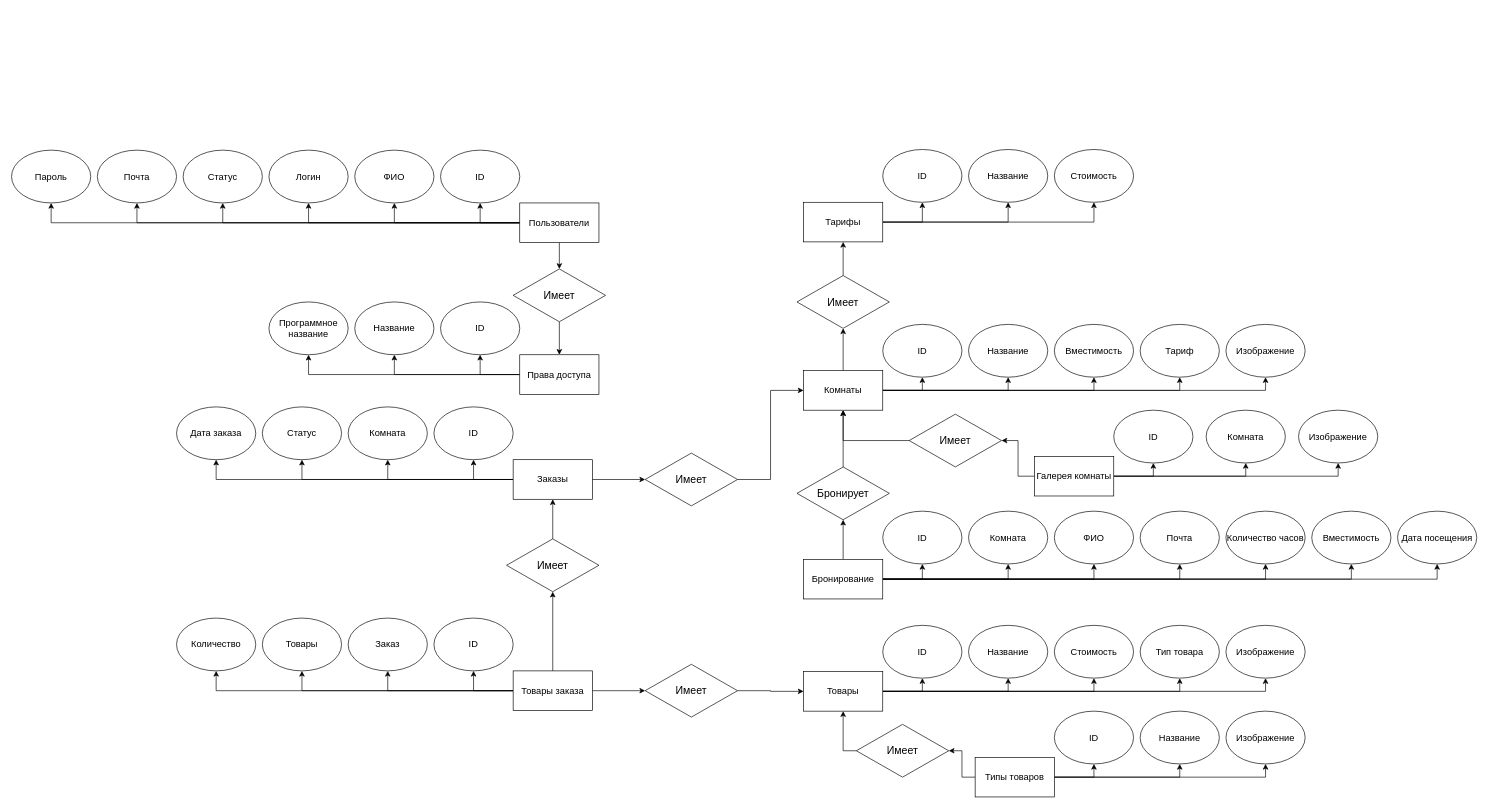
Above: page "Концептуальная" (1 of 3) of public/documents/time_cafe.drawio in MrCrross/timecafe (draw.io), before the change. Source tidied: cells renumbered, new cells numbered last; positions are measured from the earlier drawing's top-left corner, leaving out a move shared by most shapes. Both pictures are drawn from the tidied source at 66%, with x=0, y=0 at pixel (11, 149).
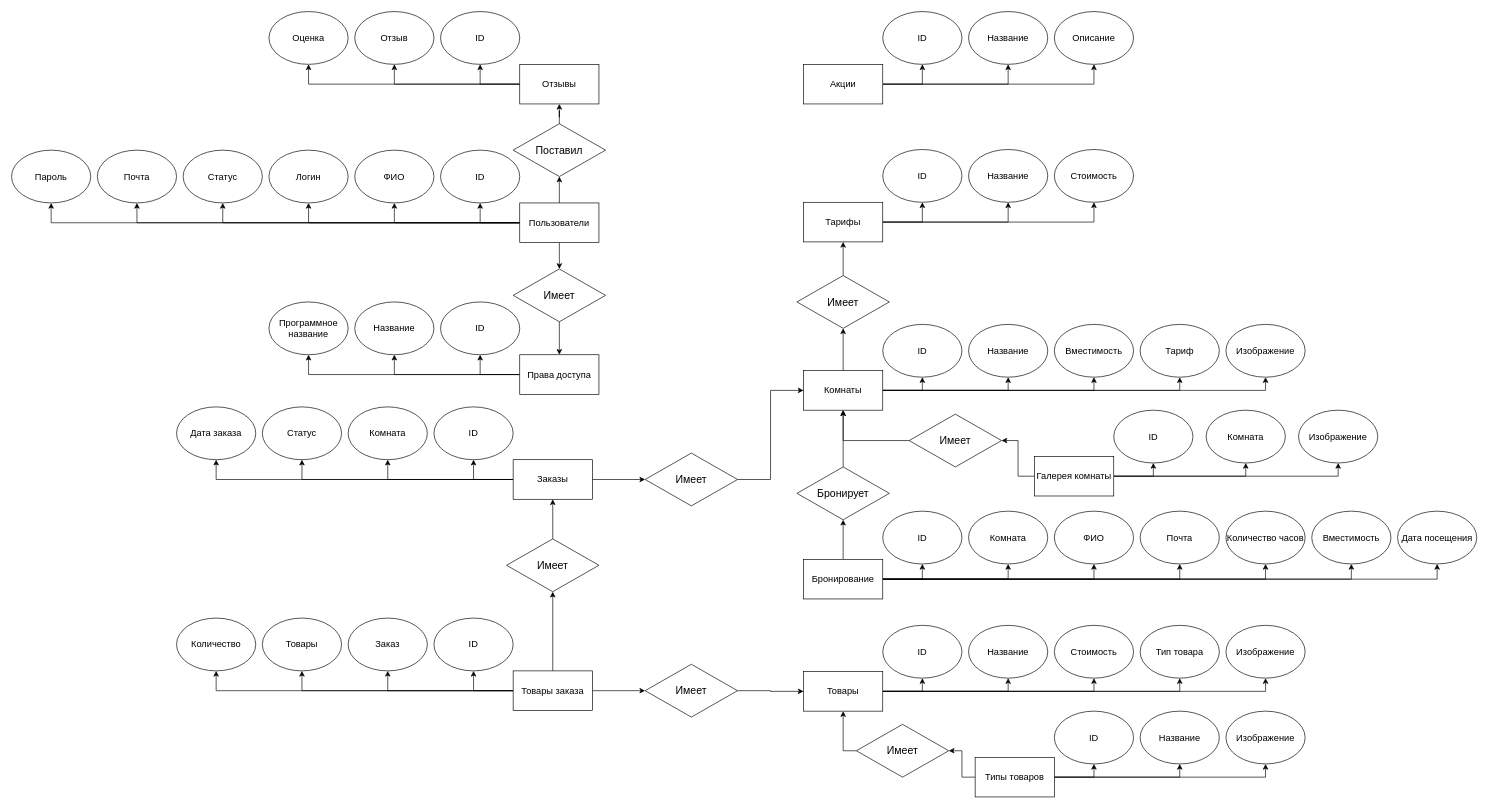
The same diagram, later.

The change refers to these unchanged cells:
```xml
<mxCell id="9" value="&lt;font style=&quot;font-size: 14px;&quot;&gt;Пользователи&lt;/font&gt;" style="rounded=0;whiteSpace=wrap;html=1;" parent="1" vertex="1">
  <mxGeometry x="770" y="81" width="120" height="60" as="geometry" />
</mxCell>
```

What changed in the source:
```diff
@@
+    <mxCell id="122" style="edgeStyle=orthogonalEdgeStyle;rounded=0;jettySize=auto;html=1;" parent="1" edge="1" source="9" target="131">
+      <mxGeometry relative="1" as="geometry" />
+    </mxCell>
@@
+    <mxCell id="123" style="edgeStyle=orthogonalEdgeStyle;rounded=0;jettySize=auto;html=1;entryX=0.5;entryY=1;entryDx=0;entryDy=0;exitX=0;exitY=0.5;exitDx=0;exitDy=0;" parent="1" edge="1" source="126" target="127">
+      <mxGeometry relative="1" as="geometry" />
+    </mxCell>
+    <mxCell id="124" style="edgeStyle=orthogonalEdgeStyle;rounded=0;jettySize=auto;html=1;entryX=0.5;entryY=1;entryDx=0;entryDy=0;" parent="1" edge="1" source="126" target="128">
+      <mxGeometry relative="1" as="geometry" />
+    </mxCell>
+    <mxCell id="125" style="edgeStyle=orthogonalEdgeStyle;rounded=0;jettySize=auto;html=1;entryX=0.5;entryY=1;entryDx=0;entryDy=0;" parent="1" edge="1" source="126" target="129">
+      <mxGeometry relative="1" as="geometry" />
+    </mxCell>
+    <mxCell id="126" value="&lt;span style=&quot;font-size: 14px;&quot;&gt;Отзывы&lt;/span&gt;" style="rounded=0;whiteSpace=wrap;html=1;" parent="1" vertex="1">
+      <mxGeometry x="770" y="-129" width="120" height="60" as="geometry" />
+    </mxCell>
+    <mxCell id="127" value="&lt;font style=&quot;font-size: 14px;&quot;&gt;ID&lt;/font&gt;" style="ellipse;whiteSpace=wrap;html=1;" parent="1" vertex="1">
+      <mxGeometry x="650" y="-209" width="120" height="80" as="geometry" />
+    </mxCell>
+    <mxCell id="128" value="&lt;font style=&quot;font-size: 14px;&quot;&gt;Отзыв&lt;/font&gt;" style="ellipse;whiteSpace=wrap;html=1;" parent="1" vertex="1">
+      <mxGeometry x="520" y="-209" width="120" height="80" as="geometry" />
+    </mxCell>
+    <mxCell id="129" value="&lt;font style=&quot;font-size: 14px;&quot;&gt;Оценка&lt;/font&gt;" style="ellipse;whiteSpace=wrap;html=1;" parent="1" vertex="1">
+      <mxGeometry x="390" y="-209" width="120" height="80" as="geometry" />
+    </mxCell>
+    <mxCell id="130" style="edgeStyle=orthogonalEdgeStyle;rounded=0;jettySize=auto;html=1;" parent="1" edge="1" source="131" target="126">
+      <mxGeometry relative="1" as="geometry" />
+    </mxCell>
+    <mxCell id="131" value="&lt;font size=&quot;3&quot;&gt;Поставил&lt;/font&gt;" style="rhombus;whiteSpace=wrap;html=1;" parent="1" vertex="1">
+      <mxGeometry x="760" y="-39" width="140" height="80" as="geometry" />
+    </mxCell>
+    <mxCell id="132" style="edgeStyle=orthogonalEdgeStyle;rounded=0;jettySize=auto;html=1;exitX=1;exitY=0.5;exitDx=0;exitDy=0;" parent="1" edge="1" source="135" target="136">
+      <mxGeometry relative="1" as="geometry" />
+    </mxCell>
+    <mxCell id="133" style="edgeStyle=orthogonalEdgeStyle;rounded=0;jettySize=auto;html=1;entryX=0.5;entryY=1;entryDx=0;entryDy=0;" parent="1" edge="1" source="135" target="137">
+      <mxGeometry relative="1" as="geometry" />
+    </mxCell>
+    <mxCell id="134" style="edgeStyle=orthogonalEdgeStyle;rounded=0;jettySize=auto;html=1;entryX=0.5;entryY=1;entryDx=0;entryDy=0;" parent="1" edge="1" source="135" target="138">
+      <mxGeometry relative="1" as="geometry" />
+    </mxCell>
+    <mxCell id="135" value="&lt;span style=&quot;font-size: 14px;&quot;&gt;Акции&lt;/span&gt;" style="rounded=0;whiteSpace=wrap;html=1;" parent="1" vertex="1">
+      <mxGeometry x="1200" y="-129" width="120" height="60" as="geometry" />
+    </mxCell>
+    <mxCell id="136" value="&lt;font style=&quot;font-size: 14px;&quot;&gt;ID&lt;/font&gt;" style="ellipse;whiteSpace=wrap;html=1;" parent="1" vertex="1">
+      <mxGeometry x="1320" y="-209" width="120" height="80" as="geometry" />
+    </mxCell>
+    <mxCell id="137" value="&lt;font style=&quot;font-size: 14px;&quot;&gt;Название&lt;/font&gt;" style="ellipse;whiteSpace=wrap;html=1;" parent="1" vertex="1">
+      <mxGeometry x="1450" y="-209" width="120" height="80" as="geometry" />
+    </mxCell>
+    <mxCell id="138" value="&lt;span style=&quot;font-size: 14px;&quot;&gt;Описание&lt;/span&gt;" style="ellipse;whiteSpace=wrap;html=1;" parent="1" vertex="1">
+      <mxGeometry x="1580" y="-209" width="120" height="80" as="geometry" />
+    </mxCell>
```
